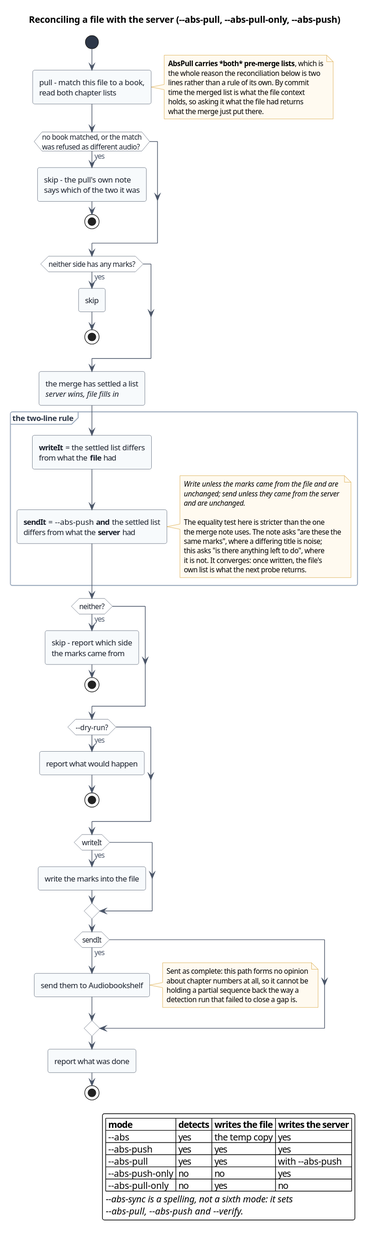
Earlier version of the PlantUML export doc/diagrams/activity-mode-abs-reconcile.svg (Inguiotar/ABChapterize).
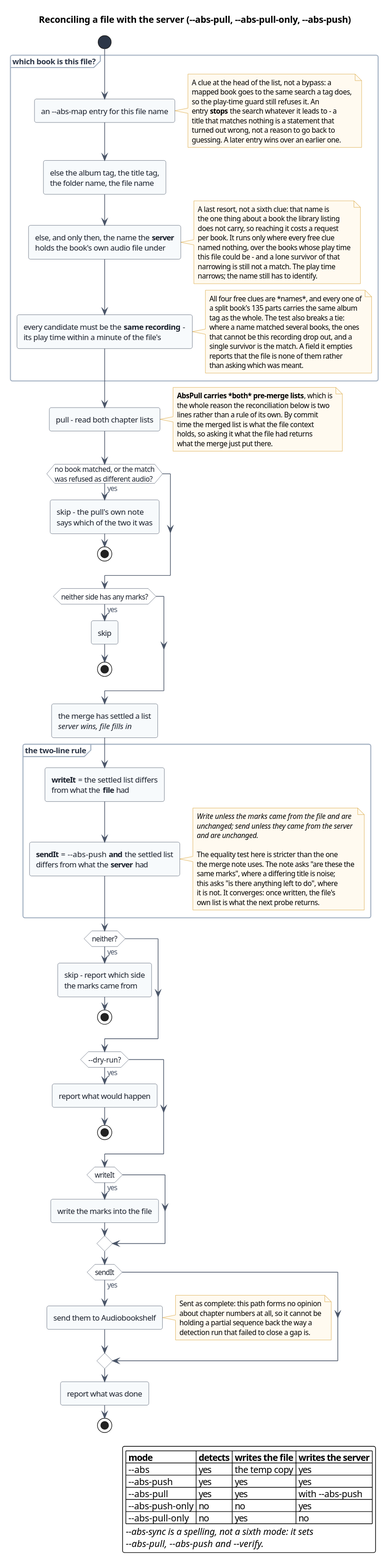
The same file after the commit.

Diff of the diagram source:
```diff
@@ -3,7 +3,43 @@
 title Reconciling a file with the server (~--abs-pull, ~--abs-pull-only, ~--abs-push)
 
 start
-:pull - match this file to a book,\nread both chapter lists;
+partition "which book is this file?" {
+  :an ~--abs-map entry for this file name;
+  note right
+    A clue at the head of the list, not a bypass: a
+    mapped book goes to the same search a tag does,
+    so the play-time guard still refuses it. An
+    entry **stops** the search whatever it leads to - a
+    title that matches nothing is a statement that
+    turned out wrong, not a reason to go back to
+    guessing. A later entry wins over an earlier one.
+  end note
+  :else the album tag, the title tag,\nthe folder name, the file name;
+  :else, and only then, the name the **server**\nholds the book's own audio file under;
+  note right
+    A last resort, not a sixth clue: that name is
+    the one thing about a book the library listing
+    does not carry, so reaching it costs a request
+    per book. It runs only where every free clue
+    named nothing, over the books whose play time
+    this file could be - and a lone survivor of that
+    narrowing is still not a match. The play time
+    narrows; the name still has to identify.
+  end note
+  :every candidate must be the **same recording** -\nits play time within a minute of the file's;
+  note right
+    All four free clues are *names*, and every one of
+    a split book's 135 parts carries the same album
+    tag as the whole. The test also breaks a tie:
+    where a name matched several books, the ones
+    that cannot be this recording drop out, and a
+    single survivor is the match. A field it empties
+    reports that the file is none of them rather
+    than asking which was meant.
+  end note
+}
+
+:pull - read both chapter lists;
 note right
   <b>AbsPull carries *both* pre-merge lists</b>, which is
   the whole reason the reconciliation below is two
```
